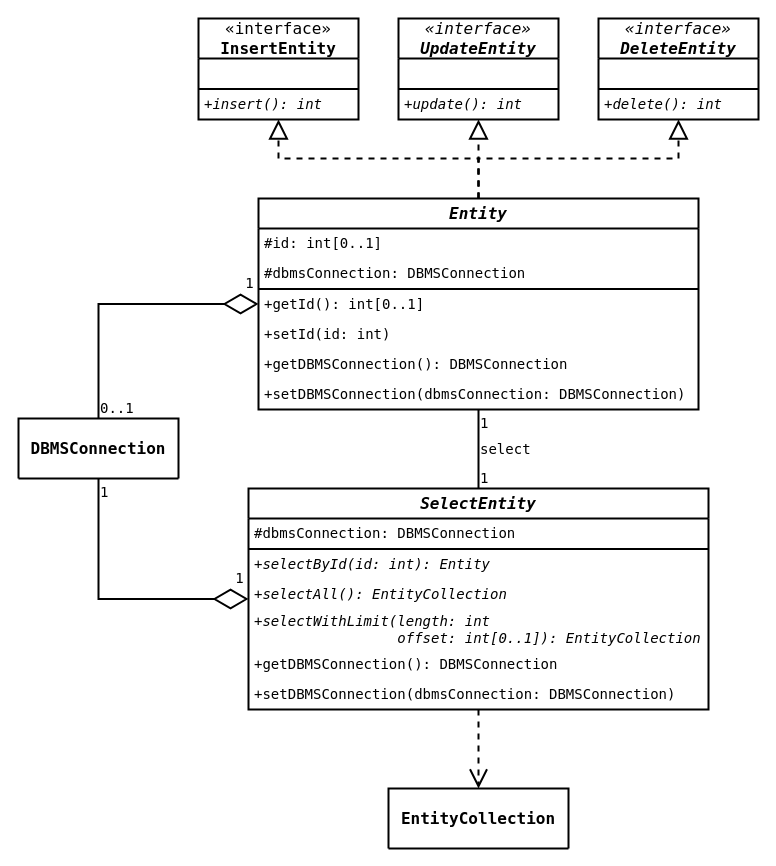
This is page "entities" (5 of 7) of docs/uml/PHPeacock.drawio from AntoineToPHPin/PHPeacock, a draw.io file, before an edit. Source tidied: cells renumbered, new cells numbered last; positions are measured from the earlier drawing's top-left corner, leaving out a move shared by most shapes. Both pictures are drawn from the tidied source at 100%, with x=0, y=0 at pixel (18, 18).
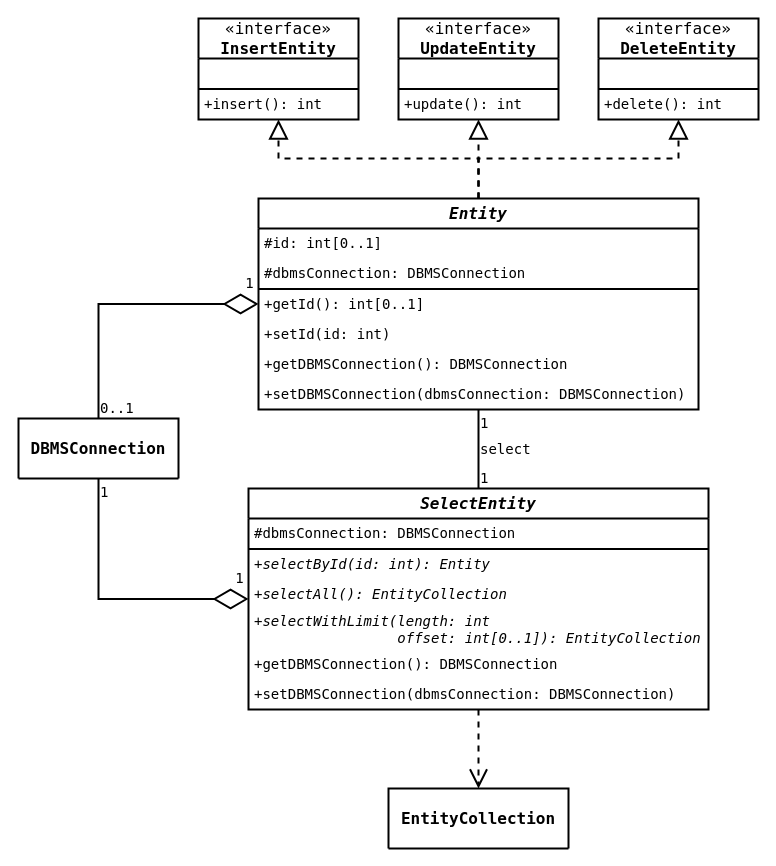
Above is the later version.

Unchanged cells that the change refers to:
```xml
<mxCell id="10" value="&lt;span style=&quot;font-weight: 400&quot;&gt;«interface»&lt;/span&gt;&lt;br style=&quot;font-weight: 400&quot;&gt;&lt;span&gt;InsertEntity&lt;/span&gt;" style="swimlane;fontStyle=1;align=center;verticalAlign=middle;horizontal=1;startSize=40;fontSize=16;fontFamily=Lucida Console;strokeWidth=2;swimlaneLine=1;rounded=0;shadow=0;glass=0;swimlaneFillColor=none;fillColor=none;labelBackgroundColor=none;labelBorderColor=none;whiteSpace=wrap;html=1;noLabel=0;movableLabel=0;comic=0;" parent="1" vertex="1">
  <mxGeometry x="180" width="160" height="101" as="geometry" />
</mxCell>
```

Change to the diagram source:
```diff
@@
-    <mxCell id="13" value="+insert(): int" style="text;strokeColor=none;fillColor=none;align=left;verticalAlign=middle;spacingLeft=4;spacingRight=4;overflow=hidden;fontSize=14;fontFamily=Lucida Console;whiteSpace=wrap;html=1;fontStyle=2;" parent="10" vertex="1">
+    <mxCell id="13" value="+insert(): int" style="text;strokeColor=none;fillColor=none;align=left;verticalAlign=middle;spacingLeft=4;spacingRight=4;overflow=hidden;fontSize=14;fontFamily=Lucida Console;whiteSpace=wrap;html=1;fontStyle=0;" parent="10" vertex="1">
       <mxGeometry y="71" width="160" height="30" as="geometry" />
     </mxCell>
@@
-    <mxCell id="15" value="&lt;span style=&quot;font-weight: 400&quot;&gt;«interface»&lt;/span&gt;&lt;br style=&quot;font-weight: 400&quot;&gt;&lt;span&gt;UpdateEntity&lt;/span&gt;" style="swimlane;fontStyle=3;align=center;verticalAlign=middle;horizontal=1;startSize=40;fontSize=16;fontFamily=Lucida Console;strokeWidth=2;swimlaneLine=1;rounded=0;shadow=0;glass=0;swimlaneFillColor=none;fillColor=none;labelBackgroundColor=none;labelBorderColor=none;whiteSpace=wrap;html=1;noLabel=0;movableLabel=0;comic=0;" parent="1" vertex="1">
+    <mxCell id="15" value="&lt;span style=&quot;font-weight: 400&quot;&gt;«interface»&lt;/span&gt;&lt;br style=&quot;font-weight: 400&quot;&gt;&lt;span&gt;UpdateEntity&lt;/span&gt;" style="swimlane;fontStyle=1;align=center;verticalAlign=middle;horizontal=1;startSize=40;fontSize=16;fontFamily=Lucida Console;strokeWidth=2;swimlaneLine=1;rounded=0;shadow=0;glass=0;swimlaneFillColor=none;fillColor=none;labelBackgroundColor=none;labelBorderColor=none;whiteSpace=wrap;html=1;noLabel=0;movableLabel=0;comic=0;" parent="1" vertex="1">
       <mxGeometry x="380" width="160" height="101" as="geometry" />
     </mxCell>
@@
-    <mxCell id="18" value="+update(): int" style="text;strokeColor=none;fillColor=none;align=left;verticalAlign=middle;spacingLeft=4;spacingRight=4;overflow=hidden;fontSize=14;fontFamily=Lucida Console;whiteSpace=wrap;html=1;fontStyle=2;" parent="15" vertex="1">
+    <mxCell id="18" value="+update(): int" style="text;strokeColor=none;fillColor=none;align=left;verticalAlign=middle;spacingLeft=4;spacingRight=4;overflow=hidden;fontSize=14;fontFamily=Lucida Console;whiteSpace=wrap;html=1;fontStyle=0;" parent="15" vertex="1">
       <mxGeometry y="71" width="160" height="30" as="geometry" />
     </mxCell>
-    <mxCell id="19" value="&lt;span style=&quot;font-weight: 400&quot;&gt;«interface»&lt;/span&gt;&lt;br style=&quot;font-weight: 400&quot;&gt;&lt;span&gt;DeleteEntity&lt;/span&gt;" style="swimlane;fontStyle=3;align=center;verticalAlign=middle;horizontal=1;startSize=40;fontSize=16;fontFamily=Lucida Console;strokeWidth=2;swimlaneLine=1;rounded=0;shadow=0;glass=0;swimlaneFillColor=none;fillColor=none;labelBackgroundColor=none;labelBorderColor=none;whiteSpace=wrap;html=1;noLabel=0;movableLabel=0;comic=0;" parent="1" vertex="1">
+    <mxCell id="19" value="&lt;span style=&quot;font-weight: 400&quot;&gt;«interface»&lt;/span&gt;&lt;br style=&quot;font-weight: 400&quot;&gt;&lt;span&gt;DeleteEntity&lt;/span&gt;" style="swimlane;fontStyle=1;align=center;verticalAlign=middle;horizontal=1;startSize=40;fontSize=16;fontFamily=Lucida Console;strokeWidth=2;swimlaneLine=1;rounded=0;shadow=0;glass=0;swimlaneFillColor=none;fillColor=none;labelBackgroundColor=none;labelBorderColor=none;whiteSpace=wrap;html=1;noLabel=0;movableLabel=0;comic=0;" parent="1" vertex="1">
       <mxGeometry x="580" width="160" height="101" as="geometry" />
     </mxCell>
@@
-    <mxCell id="22" value="+delete(): int" style="text;strokeColor=none;fillColor=none;align=left;verticalAlign=middle;spacingLeft=4;spacingRight=4;overflow=hidden;fontSize=14;fontFamily=Lucida Console;whiteSpace=wrap;html=1;fontStyle=2;" parent="19" vertex="1">
+    <mxCell id="22" value="+delete(): int" style="text;strokeColor=none;fillColor=none;align=left;verticalAlign=middle;spacingLeft=4;spacingRight=4;overflow=hidden;fontSize=14;fontFamily=Lucida Console;whiteSpace=wrap;html=1;fontStyle=0;" parent="19" vertex="1">
       <mxGeometry y="71" width="160" height="30" as="geometry" />
     </mxCell>
```
